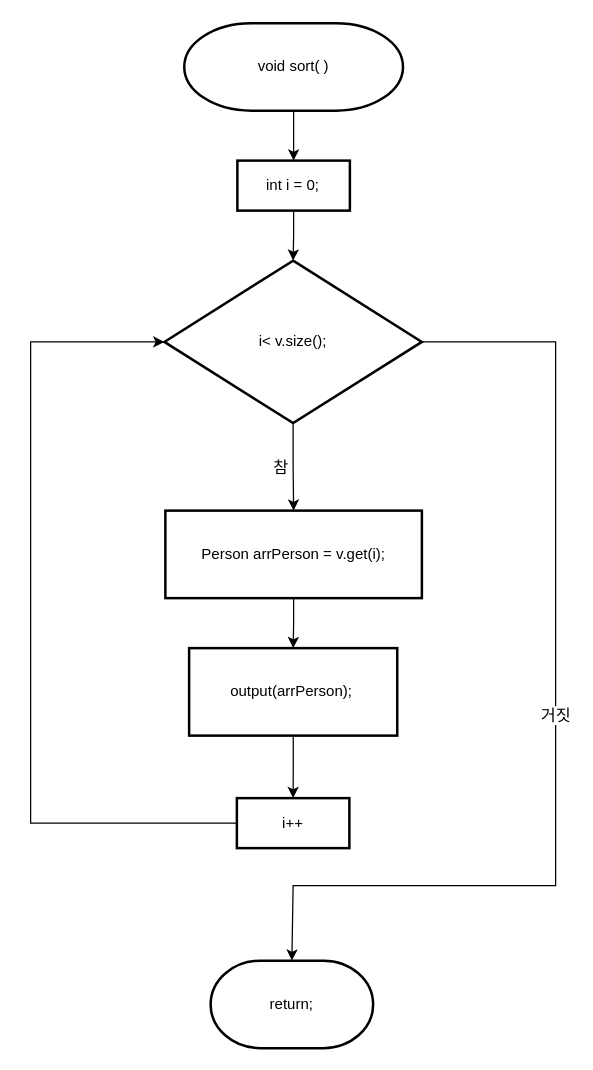
Before: 순서도/Arrange 순서도.drawio in skatld123/PH_list_java, a draw.io diagram. Source tidied: cells renumbered, new cells numbered last; positions are measured from the earlier drawing's top-left corner, leaving out a move shared by most shapes. Both pictures are drawn from the tidied source at 125%, with x=0, y=0 at pixel (30, 22).
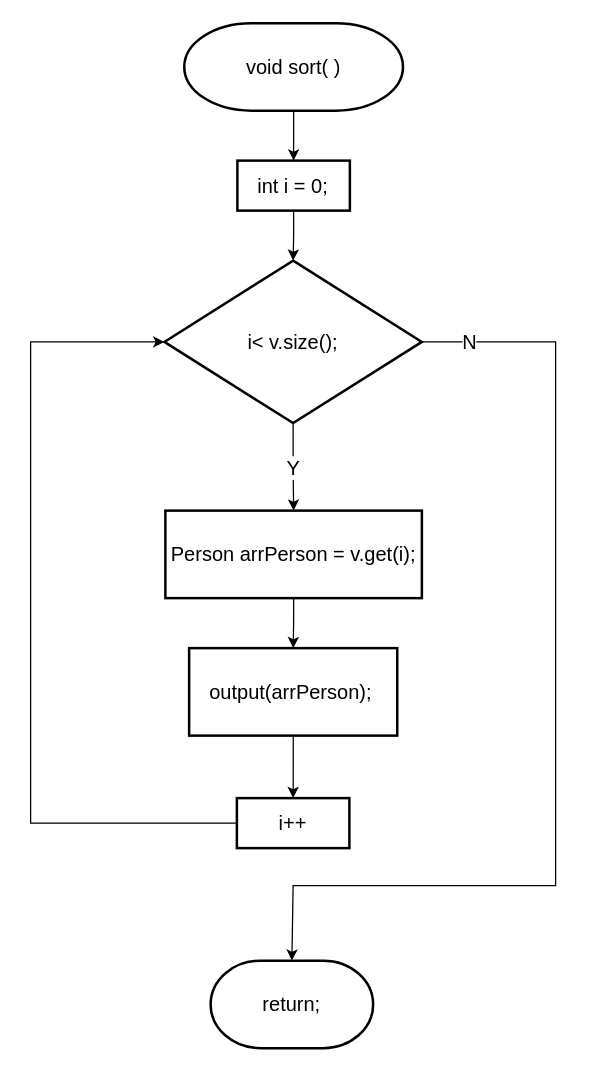
After the change.

Commit message:
Arrange 순서도.drawio 업데이트

The edit, as a diff of the source:
```diff
@@
 <mxGraphModel>
   <root>
     <mxCell id="0" />
     <mxCell id="1" parent="0" />
-    <mxCell id="2" style="edgeStyle=orthogonalEdgeStyle;rounded=0;jettySize=auto;html=1;entryX=0.5;entryY=0;entryDx=0;entryDy=0;" parent="1" edge="1" source="3" target="15">
+    <mxCell id="2" style="edgeStyle=orthogonalEdgeStyle;rounded=0;jettySize=auto;html=1;entryX=0.5;entryY=0;entryDx=0;entryDy=0;fontSize=16;" parent="1" edge="1" source="3" target="15">
       <mxGeometry relative="1" as="geometry" />
     </mxCell>
-    <mxCell id="3" value="Person arrPerson = v.get(i);" style="rounded=1;whiteSpace=wrap;html=1;absoluteArcSize=1;arcSize=0;strokeWidth=2;" parent="1" vertex="1">
+    <mxCell id="3" value="Person arrPerson = v.get(i);" style="rounded=1;whiteSpace=wrap;html=1;absoluteArcSize=1;arcSize=0;strokeWidth=2;fontSize=16;" parent="1" vertex="1">
       <mxGeometry x="107.8" y="390" width="205.2" height="70" as="geometry" />
     </mxCell>
-    <mxCell id="4" style="edgeStyle=orthogonalEdgeStyle;rounded=0;jettySize=auto;html=1;exitX=0.5;exitY=1;exitDx=0;exitDy=0;exitPerimeter=0;entryX=0.5;entryY=0;entryDx=0;entryDy=0;fontSize=13;" parent="1" edge="1" source="5" target="11">
+    <mxCell id="4" style="edgeStyle=orthogonalEdgeStyle;rounded=0;jettySize=auto;html=1;exitX=0.5;exitY=1;exitDx=0;exitDy=0;exitPerimeter=0;entryX=0.5;entryY=0;entryDx=0;entryDy=0;fontSize=16;" parent="1" edge="1" source="5" target="11">
       <mxGeometry relative="1" as="geometry" />
     </mxCell>
-    <mxCell id="5" value="&lt;span style=&quot;text-align: left&quot;&gt;void&amp;nbsp;&lt;/span&gt;&lt;span style=&quot;text-align: left&quot;&gt;sort&lt;/span&gt;&lt;span style=&quot;text-align: left&quot;&gt;( )&lt;/span&gt;" style="strokeWidth=2;html=1;shape=mxgraph.flowchart.terminator;whiteSpace=wrap;" parent="1" vertex="1">
+    <mxCell id="5" value="&lt;span style=&quot;text-align: left; font-size: 16px;&quot;&gt;void&amp;nbsp;&lt;/span&gt;&lt;span style=&quot;text-align: left; font-size: 16px;&quot;&gt;sort&lt;/span&gt;&lt;span style=&quot;text-align: left; font-size: 16px;&quot;&gt;( )&lt;/span&gt;" style="strokeWidth=2;html=1;shape=mxgraph.flowchart.terminator;whiteSpace=wrap;fontSize=16;" parent="1" vertex="1">
       <mxGeometry x="122.9" width="175" height="70" as="geometry" />
     </mxCell>
-    <mxCell id="6" value="return;" style="strokeWidth=2;html=1;shape=mxgraph.flowchart.terminator;whiteSpace=wrap;" parent="1" vertex="1">
+    <mxCell id="6" value="return;" style="strokeWidth=2;html=1;shape=mxgraph.flowchart.terminator;whiteSpace=wrap;fontSize=16;" parent="1" vertex="1">
       <mxGeometry x="144" y="750" width="130" height="70" as="geometry" />
     </mxCell>
-    <mxCell id="7" value="참" style="edgeStyle=orthogonalEdgeStyle;rounded=0;jettySize=auto;html=1;exitX=0.5;exitY=1;exitDx=0;exitDy=0;exitPerimeter=0;entryX=0.5;entryY=0;entryDx=0;entryDy=0;fontSize=13;" parent="1" edge="1" source="9" target="3">
-      <mxGeometry y="-10" relative="1" as="geometry" />
+    <mxCell id="7" value="Y" style="edgeStyle=orthogonalEdgeStyle;rounded=0;jettySize=auto;html=1;exitX=0.5;exitY=1;exitDx=0;exitDy=0;exitPerimeter=0;entryX=0.5;entryY=0;entryDx=0;entryDy=0;fontSize=16;" parent="1" edge="1" source="9" target="3">
+      <mxGeometry x="0.01" relative="1" as="geometry" />
     </mxCell>
-    <mxCell id="8" value="거짓" style="edgeStyle=orthogonalEdgeStyle;rounded=0;jettySize=auto;html=1;exitX=1;exitY=0.5;exitDx=0;exitDy=0;exitPerimeter=0;fontSize=13;entryX=0.5;entryY=0;entryDx=0;entryDy=0;entryPerimeter=0;" parent="1" edge="1" source="9" target="6">
-      <mxGeometry relative="1" as="geometry">
+    <mxCell id="8" value="N" style="edgeStyle=orthogonalEdgeStyle;rounded=0;jettySize=auto;html=1;exitX=1;exitY=0.5;exitDx=0;exitDy=0;exitPerimeter=0;fontSize=16;entryX=0.5;entryY=0;entryDx=0;entryDy=0;entryPerimeter=0;" parent="1" edge="1" source="9" target="6">
+      <mxGeometry x="-0.91" relative="1" as="geometry">
         <Array as="points">
           <mxPoint x="420" y="255" />
           <mxPoint x="420" y="690" />
           <mxPoint x="210" y="690" />
         </Array>
+        <mxPoint x="1" as="offset" />
       </mxGeometry>
     </mxCell>
-    <mxCell id="9" value="i&amp;lt; v.size();" style="strokeWidth=2;html=1;shape=mxgraph.flowchart.decision;whiteSpace=wrap;" parent="1" vertex="1">
+    <mxCell id="9" value="i&amp;lt; v.size();" style="strokeWidth=2;html=1;shape=mxgraph.flowchart.decision;whiteSpace=wrap;fontSize=16;" parent="1" vertex="1">
       <mxGeometry x="107" y="190" width="206" height="130" as="geometry" />
     </mxCell>
-    <mxCell id="10" style="edgeStyle=orthogonalEdgeStyle;rounded=0;jettySize=auto;html=1;exitX=0.5;exitY=1;exitDx=0;exitDy=0;entryX=0.5;entryY=0;entryDx=0;entryDy=0;entryPerimeter=0;fontSize=13;" parent="1" edge="1" source="11" target="9">
+    <mxCell id="10" style="edgeStyle=orthogonalEdgeStyle;rounded=0;jettySize=auto;html=1;exitX=0.5;exitY=1;exitDx=0;exitDy=0;entryX=0.5;entryY=0;entryDx=0;entryDy=0;entryPerimeter=0;fontSize=16;" parent="1" edge="1" source="11" target="9">
       <mxGeometry relative="1" as="geometry" />
     </mxCell>
-    <mxCell id="11" value="int i = 0;" style="rounded=1;whiteSpace=wrap;html=1;absoluteArcSize=1;arcSize=0;strokeWidth=2;" parent="1" vertex="1">
+    <mxCell id="11" value="int i = 0;" style="rounded=1;whiteSpace=wrap;html=1;absoluteArcSize=1;arcSize=0;strokeWidth=2;fontSize=16;" parent="1" vertex="1">
       <mxGeometry x="165.4" y="110" width="90" height="40" as="geometry" />
     </mxCell>
-    <mxCell id="12" style="edgeStyle=orthogonalEdgeStyle;rounded=0;jettySize=auto;html=1;exitX=0;exitY=0.5;exitDx=0;exitDy=0;entryX=0;entryY=0.5;entryDx=0;entryDy=0;entryPerimeter=0;" parent="1" edge="1" source="13" target="9">
+    <mxCell id="12" style="edgeStyle=orthogonalEdgeStyle;rounded=0;jettySize=auto;html=1;exitX=0;exitY=0.5;exitDx=0;exitDy=0;entryX=0;entryY=0.5;entryDx=0;entryDy=0;entryPerimeter=0;fontSize=16;" parent="1" edge="1" source="13" target="9">
       <mxGeometry relative="1" as="geometry">
         <Array as="points">
           <mxPoint y="640" />
           <mxPoint y="255" />
         </Array>
       </mxGeometry>
     </mxCell>
-    <mxCell id="13" value="i++" style="rounded=1;whiteSpace=wrap;html=1;absoluteArcSize=1;arcSize=0;strokeWidth=2;" parent="1" vertex="1">
+    <mxCell id="13" value="i++" style="rounded=1;whiteSpace=wrap;html=1;absoluteArcSize=1;arcSize=0;strokeWidth=2;fontSize=16;" parent="1" vertex="1">
       <mxGeometry x="165" y="620" width="90" height="40" as="geometry" />
     </mxCell>
-    <mxCell id="14" style="edgeStyle=orthogonalEdgeStyle;rounded=0;jettySize=auto;html=1;entryX=0.5;entryY=0;entryDx=0;entryDy=0;" parent="1" edge="1" source="15" target="13">
+    <mxCell id="14" style="edgeStyle=orthogonalEdgeStyle;rounded=0;jettySize=auto;html=1;entryX=0.5;entryY=0;entryDx=0;entryDy=0;fontSize=16;" parent="1" edge="1" source="15" target="13">
       <mxGeometry relative="1" as="geometry" />
     </mxCell>
-    <mxCell id="15" value="&lt;span style=&quot;font-family: &amp;#34;helvetica&amp;#34; ; text-align: left&quot;&gt;output(arrPerson);&amp;nbsp;&lt;/span&gt;" style="rounded=1;whiteSpace=wrap;html=1;absoluteArcSize=1;arcSize=0;strokeWidth=2;" parent="1" vertex="1">
+    <mxCell id="15" value="&lt;span style=&quot;font-family: helvetica; text-align: left; font-size: 16px;&quot;&gt;output(arrPerson);&amp;nbsp;&lt;/span&gt;" style="rounded=1;whiteSpace=wrap;html=1;absoluteArcSize=1;arcSize=0;strokeWidth=2;fontSize=16;" parent="1" vertex="1">
       <mxGeometry x="126.8" y="500" width="166.5" height="70" as="geometry" />
     </mxCell>
   </root>
 </mxGraphModel>
```
